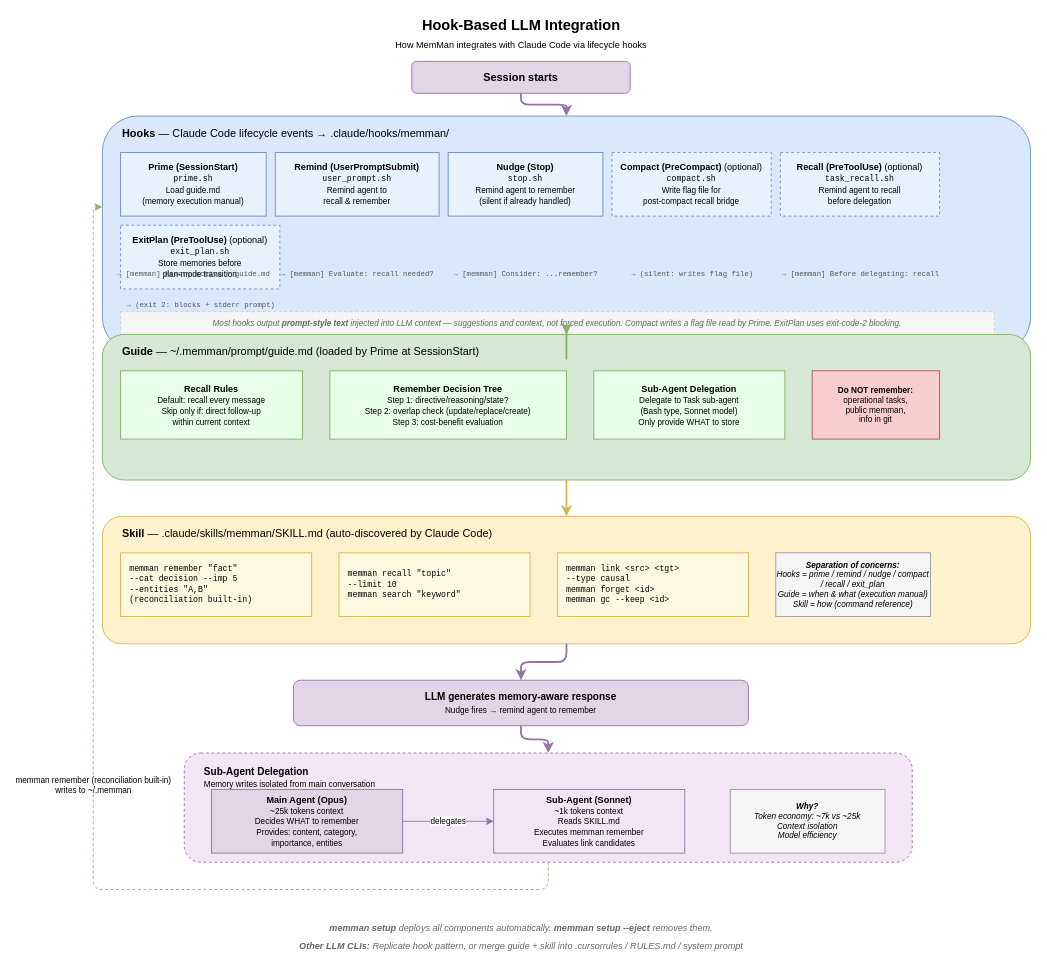
Above: docs/diagrams/08-three-layer-integration.drawio in bissli/memman (draw.io), before the change. Source tidied: cells renumbered, new cells numbered last; positions are measured from the earlier drawing's top-left corner, leaving out a move shared by most shapes. Both pictures are drawn from the tidied source at 91%, with x=0, y=0 at pixel (93, 15).
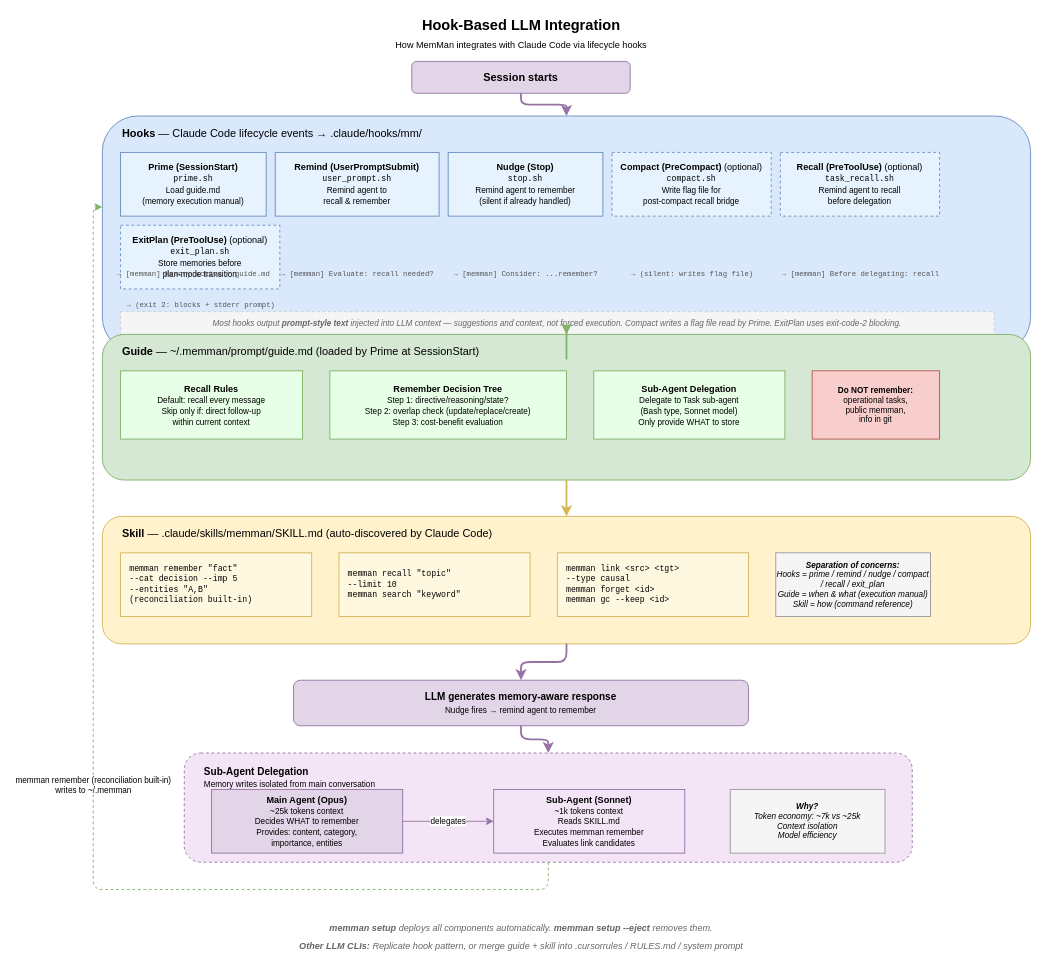
The same diagram, later.

Commit message (it also covers changes not shown here):
Rename hooks directory from hooks/memman to hooks/mm to prevent LLM path hallucination

The edit, as a diff of the source:
```diff
@@
-    <mxCell id="5" value="&lt;b&gt;Hooks&lt;/b&gt; — Claude Code lifecycle events → .claude/hooks/memman/" style="text;html=1;align=left;fontSize=12;fillColor=none;strokeColor=none;" parent="1" vertex="1">
+    <mxCell id="5" value="&lt;b&gt;Hooks&lt;/b&gt; — Claude Code lifecycle events → .claude/hooks/mm/" style="text;html=1;align=left;fontSize=12;fillColor=none;strokeColor=none;" parent="1" vertex="1">
       <mxGeometry x="30" y="115" width="500" height="25" as="geometry" />
     </mxCell>
```
